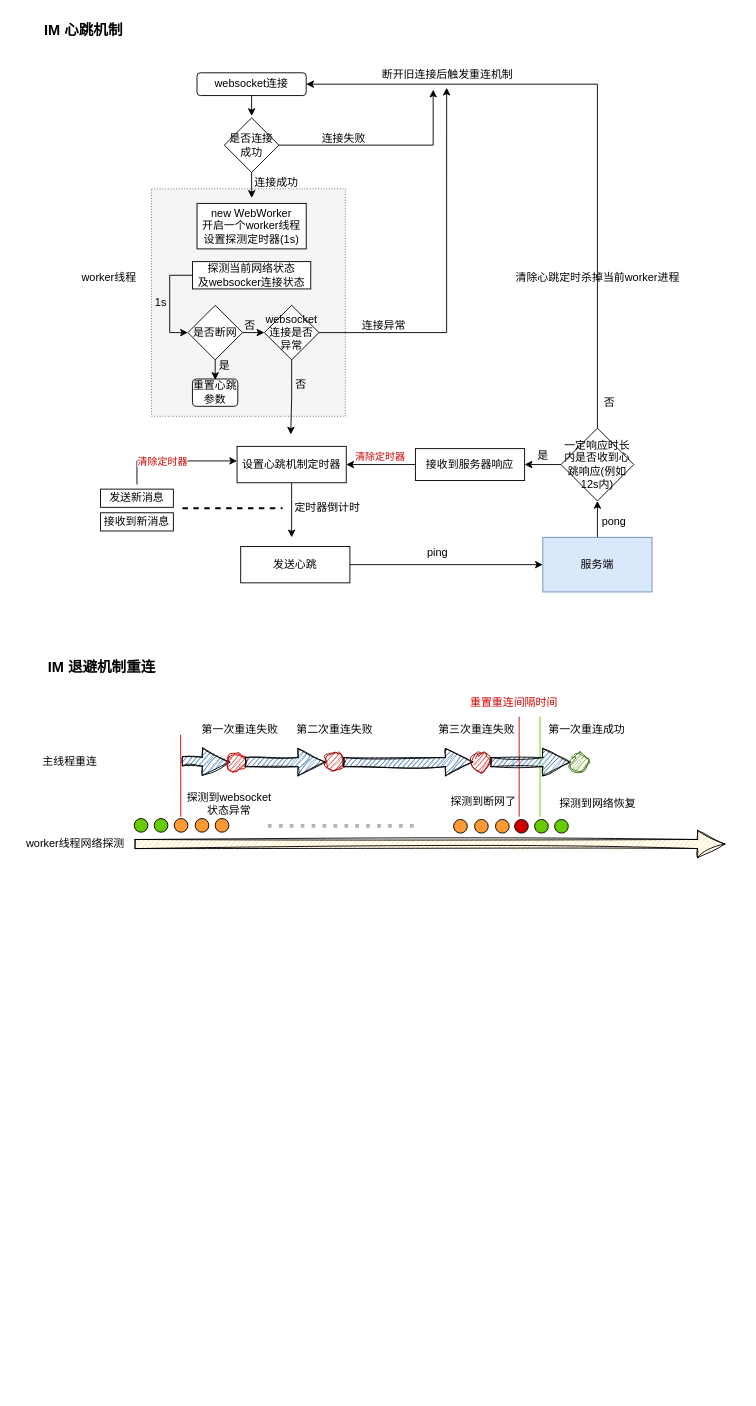
Before: IM.drawio in simqifeng/somenote, a draw.io diagram. Source tidied: cells renumbered, new cells numbered last; positions are measured from the earlier drawing's top-left corner, leaving out a move shared by most shapes. Both pictures are drawn from the tidied source at 91%, with x=0, y=0 at pixel (15, 15).
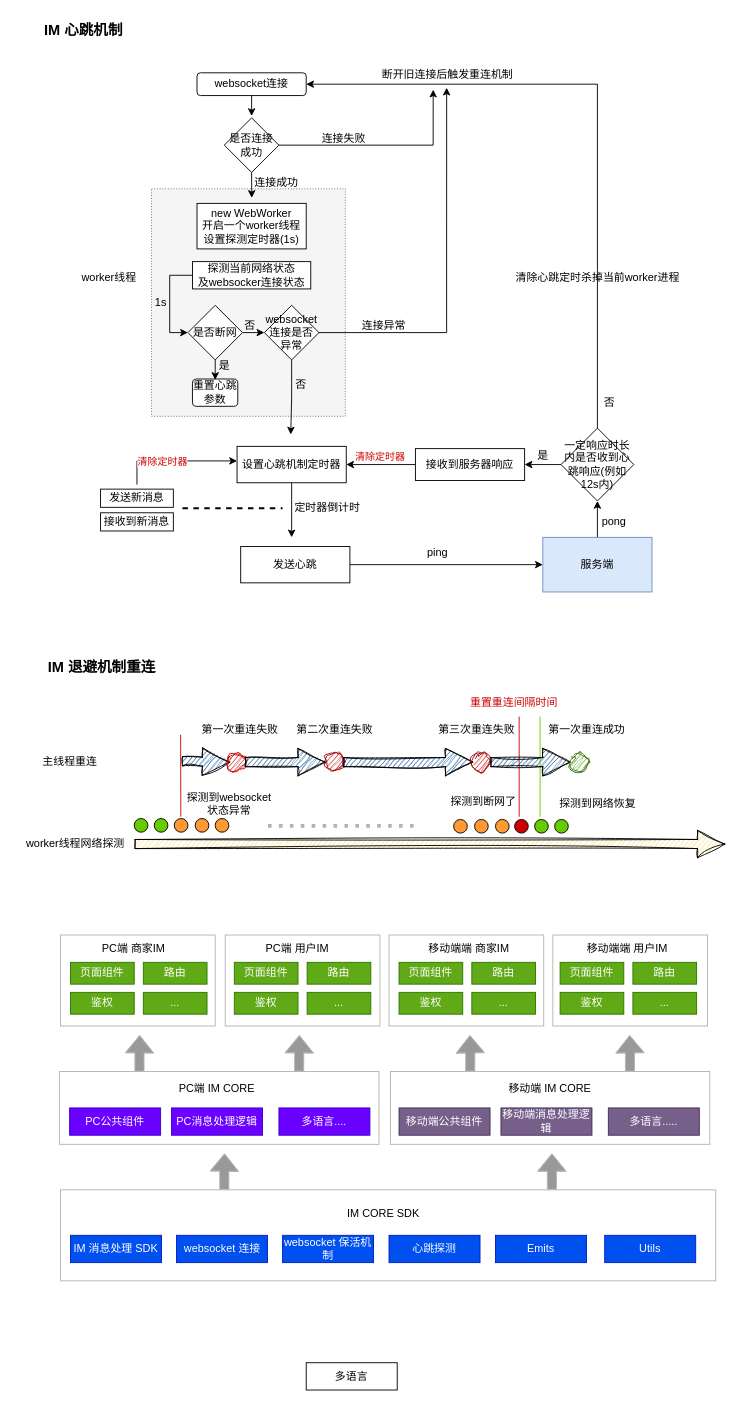
After the change.

Commit message:
更新IM前端架构图.drawio

The edit, as a diff of the source:
```diff
@@
+    <mxCell id="87" style="edgeStyle=orthogonalEdgeStyle;rounded=0;jettySize=auto;html=1;exitX=0.25;exitY=0;exitDx=0;exitDy=0;shape=flexArrow;fillColor=#999999;strokeColor=#B3B3B3;width=10;" parent="1" edge="1" source="89">
+      <mxGeometry relative="1" as="geometry">
+        <mxPoint x="229.3" y="1250" as="targetPoint" />
+      </mxGeometry>
+    </mxCell>
+    <mxCell id="88" style="edgeStyle=orthogonalEdgeStyle;rounded=0;jettySize=auto;html=1;exitX=0.75;exitY=0;exitDx=0;exitDy=0;shape=flexArrow;fillColor=#999999;strokeColor=#B3B3B3;arcSize=20;fixDash=0;snapToPoint=0;" parent="1" edge="1" source="89">
+      <mxGeometry relative="1" as="geometry">
+        <mxPoint x="589" y="1250" as="targetPoint" />
+      </mxGeometry>
+    </mxCell>
+    <mxCell id="89" style="rounded=0;whiteSpace=wrap;html=1;strokeColor=#B3B3B3;" parent="1" vertex="1">
+      <mxGeometry x="49" y="1290" width="720" height="100" as="geometry" />
+    </mxCell>
+    <mxCell id="90" style="edgeStyle=orthogonalEdgeStyle;rounded=0;jettySize=auto;html=1;exitX=0.25;exitY=0;exitDx=0;exitDy=0;shape=flexArrow;fillColor=#999999;strokeColor=#B3B3B3;" parent="1" edge="1" source="92">
+      <mxGeometry relative="1" as="geometry">
+        <mxPoint x="498.9" y="1120" as="targetPoint" />
+      </mxGeometry>
+    </mxCell>
+    <mxCell id="91" style="edgeStyle=orthogonalEdgeStyle;rounded=0;jettySize=auto;html=1;exitX=0.75;exitY=0;exitDx=0;exitDy=0;shape=flexArrow;fillColor=#999999;strokeColor=#B3B3B3;" parent="1" edge="1" source="92">
+      <mxGeometry relative="1" as="geometry">
+        <mxPoint x="674.5" y="1120" as="targetPoint" />
+      </mxGeometry>
+    </mxCell>
+    <mxCell id="92" style="rounded=0;whiteSpace=wrap;html=1;strokeColor=#B3B3B3;" parent="1" vertex="1">
+      <mxGeometry x="411.5" y="1160" width="351" height="80" as="geometry" />
+    </mxCell>
+    <mxCell id="93" style="edgeStyle=orthogonalEdgeStyle;rounded=0;jettySize=auto;html=1;exitX=0.25;exitY=0;exitDx=0;exitDy=0;shape=flexArrow;fillColor=#999999;strokeColor=#B3B3B3;" parent="1" edge="1" source="95">
+      <mxGeometry relative="1" as="geometry">
+        <mxPoint x="136" y="1120" as="targetPoint" />
+      </mxGeometry>
+    </mxCell>
+    <mxCell id="94" style="edgeStyle=orthogonalEdgeStyle;rounded=0;jettySize=auto;html=1;exitX=0.75;exitY=0;exitDx=0;exitDy=0;shape=flexArrow;fillColor=#999999;strokeColor=#B3B3B3;" parent="1" edge="1" source="95">
+      <mxGeometry relative="1" as="geometry">
+        <mxPoint x="311.5" y="1120" as="targetPoint" />
+      </mxGeometry>
+    </mxCell>
+    <mxCell id="95" style="rounded=0;whiteSpace=wrap;html=1;strokeColor=#B3B3B3;" parent="1" vertex="1">
+      <mxGeometry x="48" y="1160" width="351" height="80" as="geometry" />
+    </mxCell>
+    <mxCell id="96" style="rounded=0;whiteSpace=wrap;html=1;strokeColor=#B3B3B3;" parent="1" vertex="1">
+      <mxGeometry x="230" y="1010" width="170" height="100" as="geometry" />
+    </mxCell>
+    <mxCell id="97" style="rounded=0;whiteSpace=wrap;html=1;strokeColor=#B3B3B3;" parent="1" vertex="1">
+      <mxGeometry x="410" y="1010" width="170" height="100" as="geometry" />
+    </mxCell>
+    <mxCell id="98" style="rounded=0;whiteSpace=wrap;html=1;strokeColor=#B3B3B3;" parent="1" vertex="1">
+      <mxGeometry x="590" y="1010" width="170" height="100" as="geometry" />
+    </mxCell>
+    <mxCell id="99" style="rounded=0;whiteSpace=wrap;html=1;strokeColor=#B3B3B3;" parent="1" vertex="1">
+      <mxGeometry x="49" y="1010" width="170" height="100" as="geometry" />
+    </mxCell>
@@
+    <mxCell id="100" value="路由" style="rounded=0;whiteSpace=wrap;html=1;fillColor=#60a917;fontColor=#ffffff;strokeColor=#2D7600;" parent="1" vertex="1">
+      <mxGeometry x="140" y="1040" width="70" height="24" as="geometry" />
+    </mxCell>
+    <mxCell id="101" value="页面组件" style="rounded=0;whiteSpace=wrap;html=1;fillColor=#60a917;fontColor=#ffffff;strokeColor=#2D7600;" parent="1" vertex="1">
+      <mxGeometry x="60" y="1040" width="70" height="24" as="geometry" />
+    </mxCell>
+    <mxCell id="102" value="鉴权" style="rounded=0;whiteSpace=wrap;html=1;fillColor=#60a917;fontColor=#ffffff;strokeColor=#2D7600;" parent="1" vertex="1">
+      <mxGeometry x="60" y="1073" width="70" height="24" as="geometry" />
+    </mxCell>
+    <mxCell id="103" value="..." style="rounded=0;whiteSpace=wrap;html=1;fillColor=#60a917;fontColor=#ffffff;strokeColor=#2D7600;" parent="1" vertex="1">
+      <mxGeometry x="140" y="1073" width="70" height="24" as="geometry" />
+    </mxCell>
+    <mxCell id="104" value="路由" style="rounded=0;whiteSpace=wrap;html=1;fillColor=#60a917;fontColor=#ffffff;strokeColor=#2D7600;" parent="1" vertex="1">
+      <mxGeometry x="320" y="1040" width="70" height="24" as="geometry" />
+    </mxCell>
+    <mxCell id="105" value="页面组件" style="rounded=0;whiteSpace=wrap;html=1;fillColor=#60a917;fontColor=#ffffff;strokeColor=#2D7600;" parent="1" vertex="1">
+      <mxGeometry x="240" y="1040" width="70" height="24" as="geometry" />
+    </mxCell>
+    <mxCell id="106" value="鉴权" style="rounded=0;whiteSpace=wrap;html=1;fillColor=#60a917;fontColor=#ffffff;strokeColor=#2D7600;" parent="1" vertex="1">
+      <mxGeometry x="240" y="1073" width="70" height="24" as="geometry" />
+    </mxCell>
+    <mxCell id="107" value="..." style="rounded=0;whiteSpace=wrap;html=1;fillColor=#60a917;fontColor=#ffffff;strokeColor=#2D7600;" parent="1" vertex="1">
+      <mxGeometry x="320" y="1073" width="70" height="24" as="geometry" />
+    </mxCell>
+    <mxCell id="108" value="路由" style="rounded=0;whiteSpace=wrap;html=1;fillColor=#60a917;fontColor=#ffffff;strokeColor=#2D7600;" parent="1" vertex="1">
+      <mxGeometry x="501" y="1040" width="70" height="24" as="geometry" />
+    </mxCell>
+    <mxCell id="109" value="页面组件" style="rounded=0;whiteSpace=wrap;html=1;fillColor=#60a917;fontColor=#ffffff;strokeColor=#2D7600;" parent="1" vertex="1">
+      <mxGeometry x="421" y="1040" width="70" height="24" as="geometry" />
+    </mxCell>
+    <mxCell id="110" value="鉴权" style="rounded=0;whiteSpace=wrap;html=1;fillColor=#60a917;fontColor=#ffffff;strokeColor=#2D7600;" parent="1" vertex="1">
+      <mxGeometry x="421" y="1073" width="70" height="24" as="geometry" />
+    </mxCell>
+    <mxCell id="111" value="..." style="rounded=0;whiteSpace=wrap;html=1;fillColor=#60a917;fontColor=#ffffff;strokeColor=#2D7600;" parent="1" vertex="1">
+      <mxGeometry x="501" y="1073" width="70" height="24" as="geometry" />
+    </mxCell>
+    <mxCell id="112" value="路由" style="rounded=0;whiteSpace=wrap;html=1;fillColor=#60a917;fontColor=#ffffff;strokeColor=#2D7600;" parent="1" vertex="1">
+      <mxGeometry x="678" y="1040" width="70" height="24" as="geometry" />
+    </mxCell>
+    <mxCell id="113" value="页面组件" style="rounded=0;whiteSpace=wrap;html=1;fillColor=#60a917;fontColor=#ffffff;strokeColor=#2D7600;" parent="1" vertex="1">
+      <mxGeometry x="598" y="1040" width="70" height="24" as="geometry" />
+    </mxCell>
+    <mxCell id="114" value="鉴权" style="rounded=0;whiteSpace=wrap;html=1;fillColor=#60a917;fontColor=#ffffff;strokeColor=#2D7600;" parent="1" vertex="1">
+      <mxGeometry x="598" y="1073" width="70" height="24" as="geometry" />
+    </mxCell>
+    <mxCell id="115" value="..." style="rounded=0;whiteSpace=wrap;html=1;fillColor=#60a917;fontColor=#ffffff;strokeColor=#2D7600;" parent="1" vertex="1">
+      <mxGeometry x="678" y="1073" width="70" height="24" as="geometry" />
+    </mxCell>
+    <mxCell id="116" value="PC端&amp;nbsp;商家IM" style="text;html=1;strokeColor=none;fillColor=none;align=center;verticalAlign=middle;whiteSpace=wrap;rounded=0;" parent="1" vertex="1">
+      <mxGeometry x="90" y="1010" width="79" height="30" as="geometry" />
+    </mxCell>
+    <mxCell id="117" value="PC端 用户IM" style="text;html=1;strokeColor=none;fillColor=none;align=center;verticalAlign=middle;whiteSpace=wrap;rounded=0;" parent="1" vertex="1">
+      <mxGeometry x="269.5" y="1010" width="79" height="30" as="geometry" />
+    </mxCell>
+    <mxCell id="118" value="移动端端 商家IM" style="text;html=1;strokeColor=none;fillColor=none;align=center;verticalAlign=middle;whiteSpace=wrap;rounded=0;" parent="1" vertex="1">
+      <mxGeometry x="447" y="1010" width="102" height="30" as="geometry" />
+    </mxCell>
+    <mxCell id="119" value="移动端端 用户IM" style="text;html=1;strokeColor=none;fillColor=none;align=center;verticalAlign=middle;whiteSpace=wrap;rounded=0;" parent="1" vertex="1">
+      <mxGeometry x="621" y="1010" width="102" height="30" as="geometry" />
+    </mxCell>
+    <mxCell id="120" value="PC公共组件" style="rounded=0;whiteSpace=wrap;html=1;fillColor=#6a00ff;fontColor=#ffffff;strokeColor=#3700CC;" parent="1" vertex="1">
+      <mxGeometry x="59" y="1200" width="100" height="30" as="geometry" />
+    </mxCell>
+    <mxCell id="121" value="PC消息处理逻辑" style="rounded=0;whiteSpace=wrap;html=1;fillColor=#6a00ff;fontColor=#ffffff;strokeColor=#3700CC;" parent="1" vertex="1">
+      <mxGeometry x="171" y="1200" width="100" height="30" as="geometry" />
+    </mxCell>
+    <mxCell id="122" value="多语言" style="rounded=0;whiteSpace=wrap;html=1;" parent="1" vertex="1">
+      <mxGeometry x="319" y="1480" width="100" height="30" as="geometry" />
+    </mxCell>
+    <mxCell id="123" value="多语言...." style="rounded=0;whiteSpace=wrap;html=1;fillColor=#6a00ff;fontColor=#ffffff;strokeColor=#3700CC;" parent="1" vertex="1">
+      <mxGeometry x="289" y="1200" width="100" height="30" as="geometry" />
+    </mxCell>
+    <mxCell id="124" value="移动端公共组件" style="rounded=0;whiteSpace=wrap;html=1;fillColor=#76608a;fontColor=#ffffff;strokeColor=#432D57;" parent="1" vertex="1">
+      <mxGeometry x="421" y="1200" width="100" height="30" as="geometry" />
+    </mxCell>
+    <mxCell id="125" value="移动端消息处理逻辑" style="rounded=0;whiteSpace=wrap;html=1;fillColor=#76608a;fontColor=#ffffff;strokeColor=#432D57;" parent="1" vertex="1">
+      <mxGeometry x="533" y="1200" width="100" height="30" as="geometry" />
+    </mxCell>
+    <mxCell id="126" value="多语言....." style="rounded=0;whiteSpace=wrap;html=1;fillColor=#76608a;fontColor=#ffffff;strokeColor=#432D57;" parent="1" vertex="1">
+      <mxGeometry x="651" y="1200" width="100" height="30" as="geometry" />
+    </mxCell>
+    <mxCell id="127" value="PC端 IM CORE" style="text;html=1;strokeColor=none;fillColor=none;align=center;verticalAlign=middle;whiteSpace=wrap;rounded=0;" parent="1" vertex="1">
+      <mxGeometry x="161" y="1164" width="120" height="30" as="geometry" />
+    </mxCell>
+    <mxCell id="128" value="移动端 IM CORE" style="text;html=1;strokeColor=none;fillColor=none;align=center;verticalAlign=middle;whiteSpace=wrap;rounded=0;" parent="1" vertex="1">
+      <mxGeometry x="527" y="1164" width="120" height="30" as="geometry" />
+    </mxCell>
+    <mxCell id="129" value="IM 消息处理 SDK" style="rounded=0;whiteSpace=wrap;html=1;fillColor=#0050ef;fontColor=#ffffff;strokeColor=#001DBC;" parent="1" vertex="1">
+      <mxGeometry x="60" y="1340" width="100" height="30" as="geometry" />
+    </mxCell>
+    <mxCell id="130" value="websocket 连接" style="rounded=0;whiteSpace=wrap;html=1;fillColor=#0050ef;fontColor=#ffffff;strokeColor=#001DBC;" parent="1" vertex="1">
+      <mxGeometry x="176.5" y="1340" width="100" height="30" as="geometry" />
+    </mxCell>
+    <mxCell id="131" value="websocket 保活机制" style="rounded=0;whiteSpace=wrap;html=1;fillColor=#0050ef;fontColor=#ffffff;strokeColor=#001DBC;" parent="1" vertex="1">
+      <mxGeometry x="293" y="1340" width="100" height="30" as="geometry" />
+    </mxCell>
+    <mxCell id="132" value="心跳探测" style="rounded=0;whiteSpace=wrap;html=1;fillColor=#0050ef;fontColor=#ffffff;strokeColor=#001DBC;" parent="1" vertex="1">
+      <mxGeometry x="410" y="1340" width="100" height="30" as="geometry" />
+    </mxCell>
+    <mxCell id="133" value="Emits" style="rounded=0;whiteSpace=wrap;html=1;fillColor=#0050ef;fontColor=#ffffff;strokeColor=#001DBC;" parent="1" vertex="1">
+      <mxGeometry x="527" y="1340" width="100" height="30" as="geometry" />
+    </mxCell>
+    <mxCell id="134" value="Utils" style="rounded=0;whiteSpace=wrap;html=1;fillColor=#0050ef;fontColor=#ffffff;strokeColor=#001DBC;" parent="1" vertex="1">
+      <mxGeometry x="647" y="1340" width="100" height="30" as="geometry" />
+    </mxCell>
+    <mxCell id="135" value="IM CORE SDK" style="text;html=1;strokeColor=none;fillColor=none;align=center;verticalAlign=middle;whiteSpace=wrap;rounded=0;" parent="1" vertex="1">
+      <mxGeometry x="344" y="1301" width="120" height="30" as="geometry" />
+    </mxCell>
```
